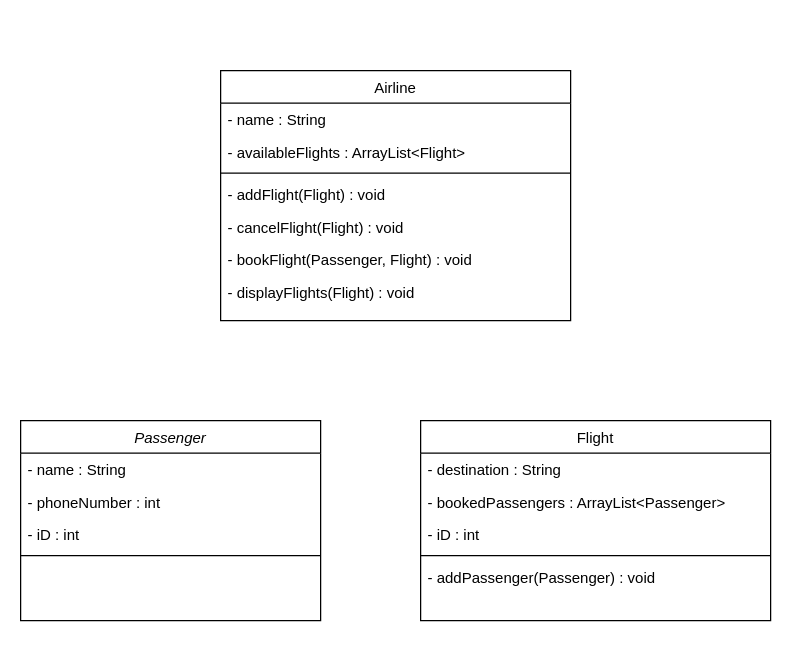
The draw.io diagram AirlineUML.drawio in bendesousa/airline_cli_lab, before the edit. Source tidied: cells renumbered, new cells numbered last; positions are measured from the earlier drawing's top-left corner, leaving out a move shared by most shapes. Both pictures are drawn from the tidied source at 125%, with x=0, y=0 at pixel (20, 70).
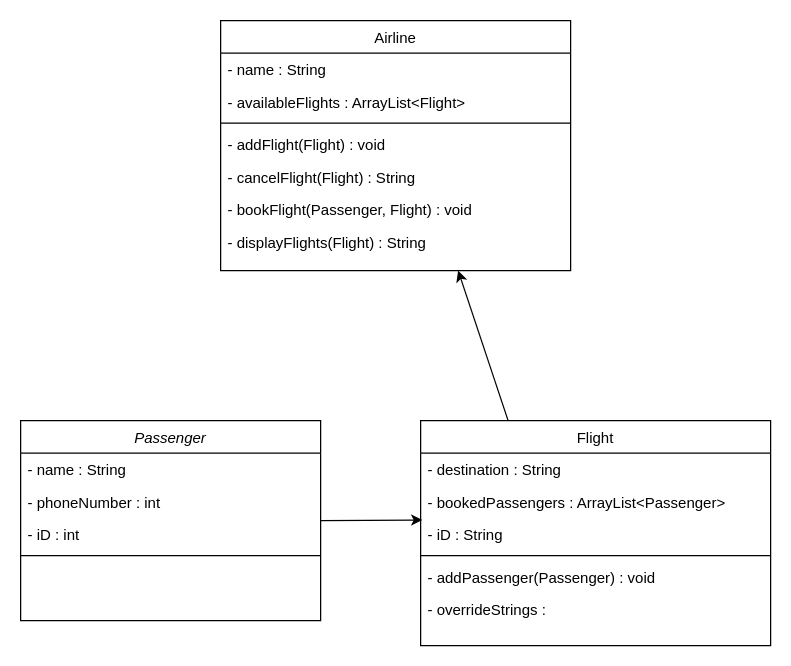
The same diagram, later.

Commit message:
added remote repo

The edit, as a diff of the source:
```diff
@@
     <mxCell id="7" value="Flight" style="swimlane;fontStyle=0;align=center;verticalAlign=top;horizontal=1;startSize=26;rounded=0;shadow=0;strokeWidth=1;" parent="1" vertex="1">
-      <mxGeometry x="320" y="280" width="280" height="160" as="geometry" />
+      <mxGeometry x="320" y="280" width="280" height="180" as="geometry" />
     </mxCell>
@@
-    <mxCell id="10" value="- iD : int" style="text;align=left;verticalAlign=top;spacingLeft=4;spacingRight=4;overflow=hidden;points=[[0,0.5],[1,0.5]];portConstraint=eastwest;rounded=0;shadow=0;html=0;" parent="7" vertex="1">
+    <mxCell id="10" value="- iD : String" style="text;align=left;verticalAlign=top;spacingLeft=4;spacingRight=4;overflow=hidden;points=[[0,0.5],[1,0.5]];portConstraint=eastwest;rounded=0;shadow=0;html=0;" parent="7" vertex="1">
       <mxGeometry y="78" width="280" height="26" as="geometry" />
     </mxCell>
@@
+    <mxCell id="21" value="- overrideStrings : " style="text;align=left;verticalAlign=top;spacingLeft=4;spacingRight=4;overflow=hidden;" parent="7" vertex="1">
+      <mxGeometry y="138" width="280" height="26" as="geometry" />
+    </mxCell>
     <mxCell id="13" value="Airline" style="swimlane;fontStyle=0;align=center;verticalAlign=top;horizontal=1;startSize=26;rounded=0;shadow=0;strokeWidth=1;" parent="1" vertex="1">
-      <mxGeometry x="160" width="280" height="200" as="geometry" />
+      <mxGeometry x="160" y="-40" width="280" height="200" as="geometry" />
     </mxCell>
@@
-    <mxCell id="18" value="- cancelFlight(Flight) : void" style="text;align=left;verticalAlign=top;spacingLeft=4;spacingRight=4;overflow=hidden;" parent="13" vertex="1">
+    <mxCell id="18" value="- cancelFlight(Flight) : String " style="text;align=left;verticalAlign=top;spacingLeft=4;spacingRight=4;overflow=hidden;" parent="13" vertex="1">
       <mxGeometry y="112" width="280" height="26" as="geometry" />
     </mxCell>
@@
-    <mxCell id="20" value="- displayFlights(Flight) : void" style="text;align=left;verticalAlign=top;spacingLeft=4;spacingRight=4;overflow=hidden;" parent="13" vertex="1">
+    <mxCell id="20" value="- displayFlights(Flight) : String" style="text;align=left;verticalAlign=top;spacingLeft=4;spacingRight=4;overflow=hidden;" parent="13" vertex="1">
       <mxGeometry y="164" width="280" height="26" as="geometry" />
     </mxCell>
+    <mxCell id="22" style="endArrow=classic;html=1;rounded=0;entryX=0.005;entryY=0.058;entryDx=0;entryDy=0;entryPerimeter=0;" parent="1" edge="1" target="10">
+      <mxGeometry relative="1" as="geometry">
+        <mxPoint x="240" y="360" as="sourcePoint" />
+      </mxGeometry>
+    </mxCell>
+    <mxCell id="23" style="endArrow=classic;html=1;rounded=0;" parent="1" edge="1">
+      <mxGeometry relative="1" as="geometry">
+        <mxPoint x="390" y="280" as="sourcePoint" />
+        <mxPoint x="350" y="160" as="targetPoint" />
+      </mxGeometry>
+    </mxCell>
```
